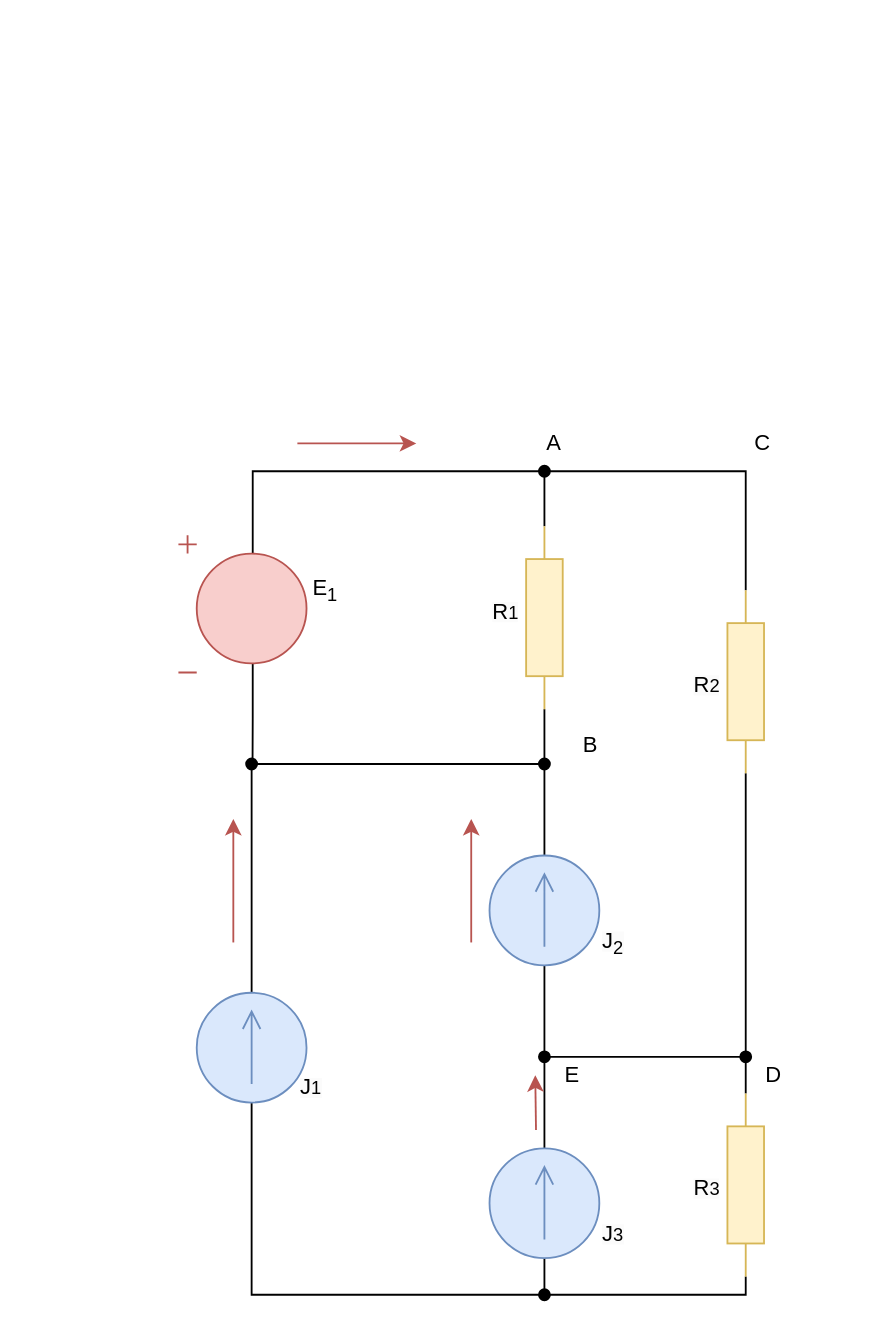
nlrezortiez/eltex_23-24 keeps this draw.io diagram as page "task_calculations" (3 of 3) of lab1/lab1.drawio. Above is the earlier version. Source tidied: cells renumbered, new cells numbered last; positions are measured from the earlier drawing's top-left corner, leaving out a move shared by most shapes. Both pictures are drawn from the tidied source at 183%, with x=0, y=0 at pixel (31, 31).
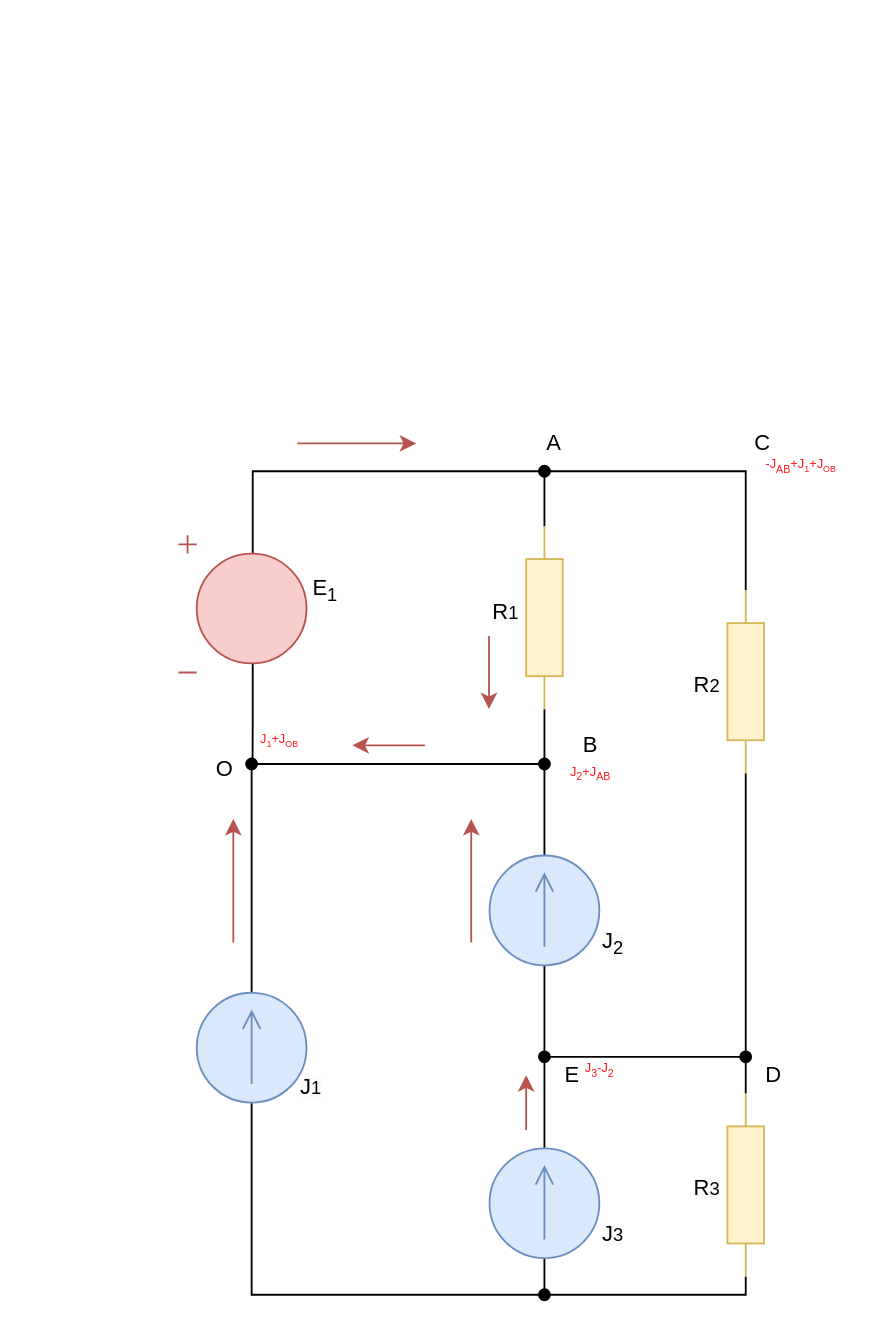
Above is the later version.

Diff of the diagram source:
```diff
@@
     <mxCell id="35" style="endArrow=classic;html=1;rounded=0;fillColor=#f8cecc;strokeColor=#b85450;" parent="1" edge="1">
       <mxGeometry relative="1" as="geometry">
-        <mxPoint x="275.4" y="600" as="sourcePoint" />
-        <mxPoint x="275" y="570" as="targetPoint" />
+        <mxPoint x="270" y="600" as="sourcePoint" />
+        <mxPoint x="270" y="570" as="targetPoint" />
       </mxGeometry>
     </mxCell>
@@
+    <mxCell id="38" value="O" style="text;html=1;align=center;verticalAlign=middle;strokeColor=none;fillColor=none;" parent="1" vertex="1">
+      <mxGeometry x="90" y="388" width="30" height="30" as="geometry" />
+    </mxCell>
+    <mxCell id="39" value="&lt;font color=&quot;#ff1717&quot; style=&quot;font-size: 7px;&quot;&gt;J&lt;sub&gt;3&lt;/sub&gt;-J&lt;sub&gt;2&lt;/sub&gt;&lt;/font&gt;" style="text;html=1;align=center;verticalAlign=middle;strokeColor=none;fillColor=none;rotation=0;" parent="1" vertex="1">
+      <mxGeometry x="290" y="550" width="40" height="30" as="geometry" />
+    </mxCell>
+    <mxCell id="40" value="&lt;font color=&quot;#ff1717&quot; style=&quot;font-size: 7px;&quot;&gt;J&lt;sub&gt;2&lt;/sub&gt;+J&lt;sub&gt;AB&lt;/sub&gt;&lt;/font&gt;" style="text;html=1;align=center;verticalAlign=middle;strokeColor=none;fillColor=none;rotation=0;" parent="1" vertex="1">
+      <mxGeometry x="280" y="388" width="50" height="30" as="geometry" />
+    </mxCell>
+    <mxCell id="41" style="endArrow=classic;html=1;rounded=0;fillColor=#f8cecc;strokeColor=#b85450;" parent="1" edge="1">
+      <mxGeometry relative="1" as="geometry">
+        <mxPoint x="249.7" y="330" as="sourcePoint" />
+        <mxPoint x="249.7" y="370" as="targetPoint" />
+      </mxGeometry>
+    </mxCell>
+    <mxCell id="42" style="endArrow=classic;html=1;rounded=0;fillColor=#f8cecc;strokeColor=#b85450;" parent="1" edge="1">
+      <mxGeometry relative="1" as="geometry">
+        <mxPoint x="214.7" y="389.8" as="sourcePoint" />
+        <mxPoint x="175" y="389.8" as="targetPoint" />
+      </mxGeometry>
+    </mxCell>
+    <mxCell id="43" value="&lt;font color=&quot;#ff1717&quot; style=&quot;font-size: 7px;&quot;&gt;J&lt;/font&gt;&lt;font color=&quot;#ff1717&quot; style=&quot;&quot;&gt;&lt;span style=&quot;font-size: 5.83333px;&quot;&gt;&lt;sub&gt;1&lt;/sub&gt;&lt;/span&gt;&lt;span style=&quot;font-size: 7px;&quot;&gt;+J&lt;/span&gt;&lt;/font&gt;&lt;font color=&quot;#ff1717&quot; style=&quot;font-size: 5.83333px;&quot;&gt;&lt;sub&gt;OB&lt;/sub&gt;&lt;/font&gt;" style="text;html=1;align=center;verticalAlign=middle;strokeColor=none;fillColor=none;rotation=0;" parent="1" vertex="1">
+      <mxGeometry x="115" y="370" width="40" height="30" as="geometry" />
+    </mxCell>
+    <mxCell id="44" value="&lt;font color=&quot;#ff1717&quot; style=&quot;font-size: 7px;&quot;&gt;-J&lt;sub&gt;AB&lt;/sub&gt;+J&lt;/font&gt;&lt;font color=&quot;#ff1717&quot; style=&quot;&quot;&gt;&lt;span style=&quot;font-size: 5.83333px;&quot;&gt;&lt;sub&gt;1&lt;/sub&gt;&lt;/span&gt;&lt;span style=&quot;font-size: 7px;&quot;&gt;+J&lt;/span&gt;&lt;/font&gt;&lt;font color=&quot;#ff1717&quot; style=&quot;font-size: 5.83333px;&quot;&gt;&lt;sub&gt;OB&lt;/sub&gt;&lt;/font&gt;" style="text;html=1;align=center;verticalAlign=middle;strokeColor=none;fillColor=none;rotation=0;" parent="1" vertex="1">
+      <mxGeometry x="390" y="220" width="60" height="30" as="geometry" />
+    </mxCell>
```
